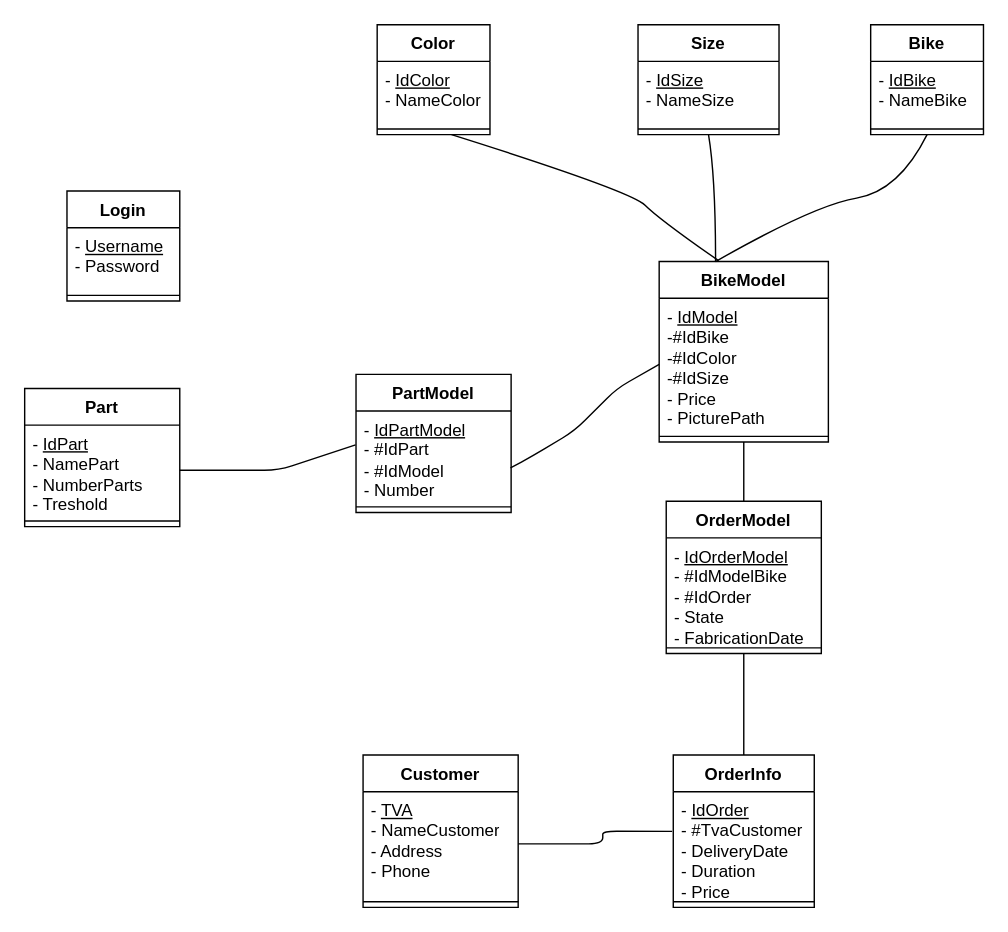
Earlier version of the draw.io diagram Diagrams/DatabaseDiagram.drawio (alex210501/GigaBike). Source tidied: cells renumbered, new cells numbered last; positions are measured from the earlier drawing's top-left corner, leaving out a move shared by most shapes. Both pictures are drawn from the tidied source at 141%, with x=0, y=0 at pixel (24, 24).
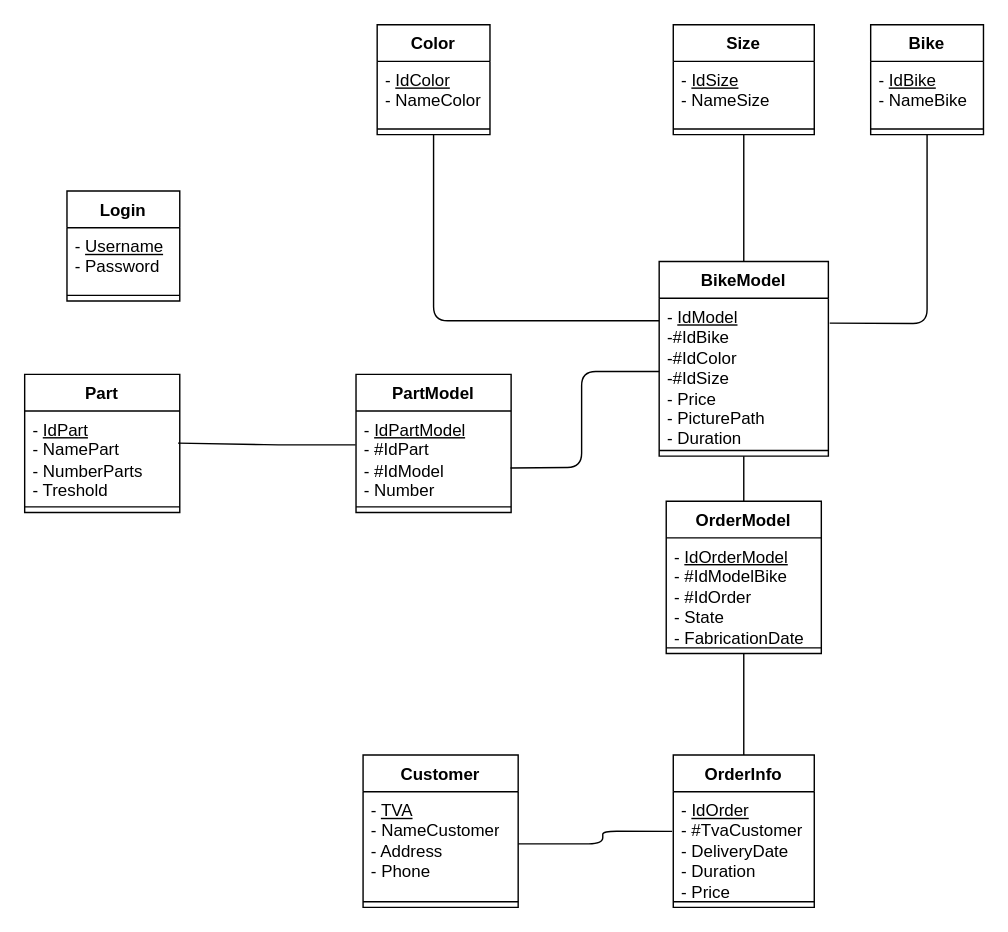
After the change.

Commit message (it also covers changes not shown here):
Get the bike duration slot from the database

Unchanged cells that the change refers to:
```xml
<mxCell id="15" value="- &lt;u&gt;IdPart&lt;/u&gt;&lt;br&gt;- NamePart&lt;br&gt;- NumberParts&lt;br&gt;- Treshold" style="text;strokeColor=none;fillColor=none;align=left;verticalAlign=top;spacingLeft=4;spacingRight=4;overflow=hidden;points=[[0,0.5],[1,0.5]];portConstraint=eastwest;fontStyle=0;html=1;" parent="14" vertex="1">
  <mxGeometry y="26" width="110" height="64" as="geometry" />
</mxCell>
<mxCell id="18" value="- &lt;u&gt;IdPartModel&lt;/u&gt;&lt;br&gt;- #IdPart&lt;br&gt;- #IdModel&lt;br&gt;- Number" style="text;strokeColor=none;fillColor=none;align=left;verticalAlign=top;spacingLeft=4;spacingRight=4;overflow=hidden;points=[[0,0.5],[1,0.5]];portConstraint=eastwest;fontStyle=0;html=1;" parent="17" vertex="1">
  <mxGeometry y="26" width="110" height="64" as="geometry" />
</mxCell>
<mxCell id="28" value="Color" style="swimlane;fontStyle=1;align=center;verticalAlign=top;horizontal=1;startSize=26;" parent="1" vertex="1">
  <mxGeometry x="250" width="80" height="78" as="geometry" />
</mxCell>
<mxCell id="30" style="line;strokeWidth=1;fillColor=none;align=left;verticalAlign=middle;spacingTop=-1;spacingLeft=3;spacingRight=3;labelPosition=right;points=[];portConstraint=eastwest;" parent="28" vertex="1">
  <mxGeometry y="70" width="80" height="8" as="geometry" />
</mxCell>
<mxCell id="34" value="Bike" style="swimlane;fontStyle=1;align=center;verticalAlign=top;horizontal=1;startSize=26;" parent="1" vertex="1">
  <mxGeometry x="600" width="80" height="78" as="geometry" />
</mxCell>
```

What changed in the source:
```diff
@@
     <mxCell id="5" value="BikeModel" style="swimlane;fontStyle=1;align=center;verticalAlign=top;horizontal=1;startSize=26;" parent="1" vertex="1">
-      <mxGeometry x="450" y="168" width="120" height="128" as="geometry" />
+      <mxGeometry x="450" y="168" width="120" height="138" as="geometry" />
     </mxCell>
-    <mxCell id="6" value="- &lt;u&gt;IdModel&lt;/u&gt;&lt;br&gt;-#IdBike&lt;br&gt;-#IdColor&lt;br&gt;-#IdSize&lt;br&gt;- Price&lt;br&gt;- PicturePath" style="text;strokeColor=none;fillColor=none;align=left;verticalAlign=top;spacingLeft=4;spacingRight=4;overflow=hidden;points=[[0,0.5],[1,0.5]];portConstraint=eastwest;fontStyle=0;html=1;" parent="5" vertex="1">
-      <mxGeometry y="26" width="120" height="94" as="geometry" />
+    <mxCell id="6" value="- &lt;u&gt;IdModel&lt;/u&gt;&lt;br&gt;-#IdBike&lt;br&gt;-#IdColor&lt;br&gt;-#IdSize&lt;br&gt;- Price&lt;br&gt;- PicturePath&lt;br&gt;- Duration" style="text;strokeColor=none;fillColor=none;align=left;verticalAlign=top;spacingLeft=4;spacingRight=4;overflow=hidden;points=[[0,0.5],[1,0.5]];portConstraint=eastwest;fontStyle=0;html=1;" parent="5" vertex="1">
+      <mxGeometry y="26" width="120" height="104" as="geometry" />
     </mxCell>
     <mxCell id="7" style="line;strokeWidth=1;fillColor=none;align=left;verticalAlign=middle;spacingTop=-1;spacingLeft=3;spacingRight=3;labelPosition=right;" parent="5" vertex="1">
-      <mxGeometry y="120" width="120" height="8" as="geometry" />
+      <mxGeometry y="130" width="120" height="8" as="geometry" />
     </mxCell>
@@
     <mxCell id="14" value="Part" style="swimlane;fontStyle=1;align=center;verticalAlign=top;horizontal=1;startSize=26;" parent="1" vertex="1">
-      <mxGeometry y="258" width="110" height="98" as="geometry" />
+      <mxGeometry y="248" width="110" height="98" as="geometry" />
     </mxCell>
@@
     <mxCell id="21" style="endArrow=none;html=1;entryX=0;entryY=0.5;entryDx=0;entryDy=0;exitX=0.996;exitY=0.631;exitDx=0;exitDy=0;exitPerimeter=0;" parent="1" edge="1" source="18" target="6">
       <mxGeometry relative="1" as="geometry">
         <Array as="points">
-          <mxPoint x="360" y="306" />
-          <mxPoint x="390" y="288" />
-          <mxPoint x="420" y="258" />
+          <mxPoint x="395" y="314" />
+          <mxPoint x="395" y="246" />
         </Array>
       </mxGeometry>
     </mxCell>
@@
-    <mxCell id="23" style="endArrow=none;html=1;entryX=1;entryY=0.5;entryDx=0;entryDy=0;exitX=-0.003;exitY=0.375;exitDx=0;exitDy=0;exitPerimeter=0;" parent="1" edge="1" source="18" target="15">
+    <mxCell id="23" style="endArrow=none;html=1;entryX=0.989;entryY=0.356;entryDx=0;entryDy=0;exitX=-0.003;exitY=0.375;exitDx=0;exitDy=0;exitPerimeter=0;entryPerimeter=0;" parent="1" edge="1" source="18" target="15">
       <mxGeometry relative="1" as="geometry">
         <Array as="points">
-          <mxPoint x="180" y="316" />
+          <mxPoint x="180" y="298" />
         </Array>
       </mxGeometry>
     </mxCell>
@@
     <mxCell id="31" value="Size" style="swimlane;fontStyle=1;align=center;verticalAlign=top;horizontal=1;startSize=26;" parent="1" vertex="1">
-      <mxGeometry x="435" width="100" height="78" as="geometry" />
+      <mxGeometry x="460" width="100" height="78" as="geometry" />
     </mxCell>
@@
-    <mxCell id="37" style="curved=1;endArrow=none;html=1;rounded=0;entryX=0.351;entryY=-0.005;entryDx=0;entryDy=0;endFill=0;entryPerimeter=0;" parent="1" edge="1" source="30" target="5">
-      <mxGeometry relative="1" as="geometry">
-        <Array as="points">
-          <mxPoint x="430" y="118" />
-          <mxPoint x="450" y="138" />
-        </Array>
-      </mxGeometry>
-    </mxCell>
-    <mxCell id="38" style="curved=1;endArrow=none;html=1;rounded=0;entryX=0.5;entryY=1;entryDx=0;entryDy=0;endFill=0;" parent="1" edge="1" target="31">
-      <mxGeometry relative="1" as="geometry">
-        <mxPoint x="490" y="168" as="sourcePoint" />
-        <Array as="points">
-          <mxPoint x="490" y="108" />
-        </Array>
-      </mxGeometry>
+    <mxCell id="38" style="curved=1;endArrow=none;html=1;rounded=0;entryX=0.5;entryY=1;entryDx=0;entryDy=0;endFill=0;exitX=0.5;exitY=0;exitDx=0;exitDy=0;" parent="1" edge="1" source="5" target="31">
+      <mxGeometry relative="1" as="geometry" />
     </mxCell>
-    <mxCell id="39" style="curved=1;endArrow=none;html=1;rounded=0;entryX=0.5;entryY=1;entryDx=0;entryDy=0;endFill=0;" parent="1" edge="1" target="34">
-      <mxGeometry relative="1" as="geometry">
-        <mxPoint x="490" y="168" as="sourcePoint" />
-        <Array as="points">
-          <mxPoint x="560" y="128" />
-          <mxPoint x="620" y="118" />
-        </Array>
-      </mxGeometry>
-    </mxCell>
+    <mxCell id="40" style="endArrow=none;html=1;exitX=1.008;exitY=0.17;exitDx=0;exitDy=0;exitPerimeter=0;entryX=0.5;entryY=1;entryDx=0;entryDy=0;" parent="1" edge="1" source="6" target="34">
+      <mxGeometry relative="1" as="geometry">
+        <Array as="points">
+          <mxPoint x="640" y="212" />
+        </Array>
+      </mxGeometry>
+    </mxCell>
+    <mxCell id="41" style="endArrow=none;html=1;exitX=0.5;exitY=1;exitDx=0;exitDy=0;entryX=-0.001;entryY=0.154;entryDx=0;entryDy=0;entryPerimeter=0;" parent="1" edge="1" source="28" target="6">
+      <mxGeometry relative="1" as="geometry">
+        <Array as="points">
+          <mxPoint x="290" y="210" />
+        </Array>
+      </mxGeometry>
+    </mxCell>
```
